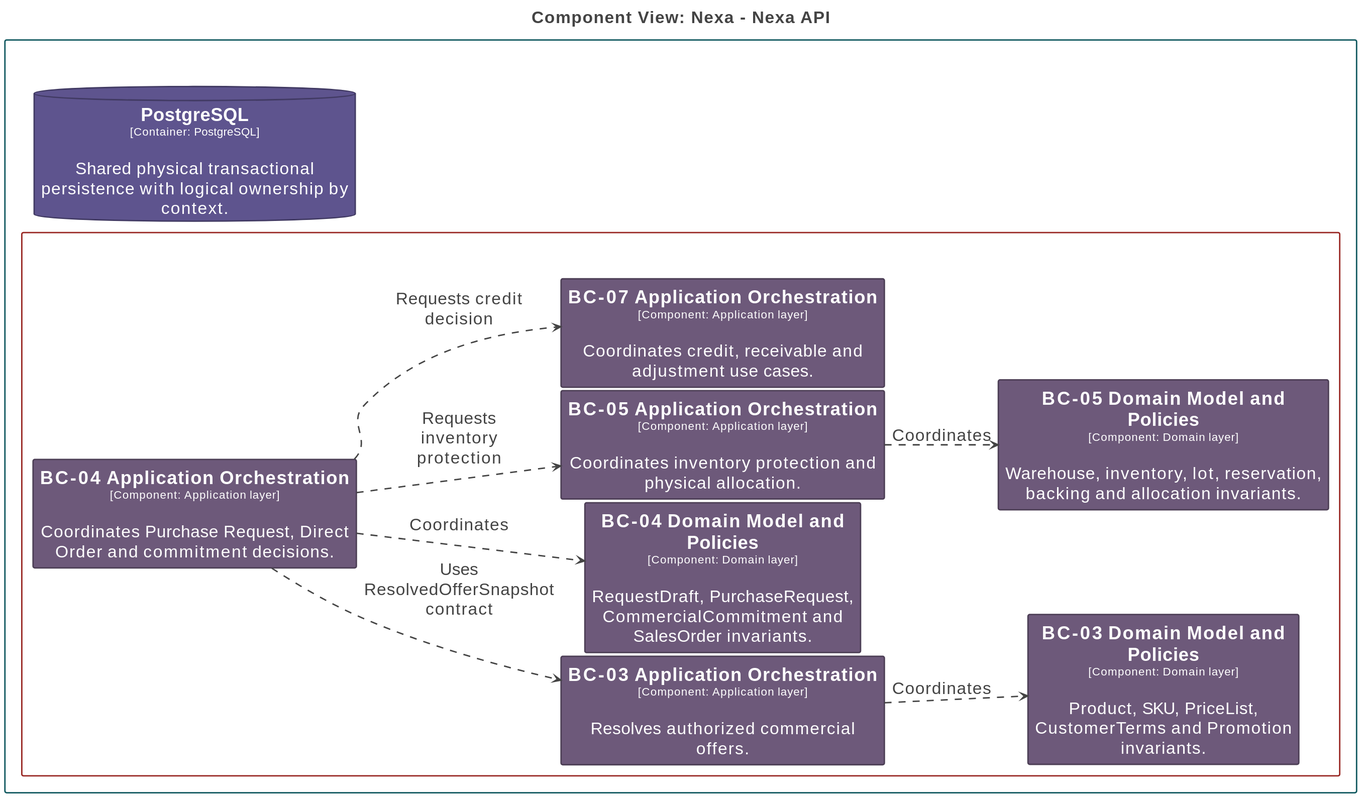
The PlantUML diagram report/assets/chapter-2/c4/Nexa-API-CommercialInventory.svg in nexa-suite/mobile-report, before a commit. The source it was exported from:
```plantuml
@startuml
title <size:24>Component View: Nexa - Nexa API</size>

set separator none
left to right direction
skinparam ranksep 20
skinparam nodesep 5
hide stereotype

<style>
  root {
    BackgroundColor: #ffffff;
    FontColor: #444444;
  }
  // Element,Component
  .Element-RWxlbWVudCxDb21wb25lbnQ= {
    BackgroundColor: #6d597a;
    LineColor: #4c3e55;
    LineStyle: 0;
    LineThickness: 2;
    FontColor: #ffffff;
    FontSize: 24;
    HorizontalAlignment: center;
    Shadowing: 0;
    MaximumWidth: 450;
  }
  // Element,Container,Database
  .Element-RWxlbWVudCxDb250YWluZXIsRGF0YWJhc2U= {
    BackgroundColor: #5e548e;
    LineColor: #413a63;
    LineStyle: 0;
    LineThickness: 2;
    FontColor: #ffffff;
    FontSize: 24;
    HorizontalAlignment: center;
    Shadowing: 0;
    MaximumWidth: 450;
  }
  // Relationship
  .Relationship-UmVsYXRpb25zaGlw {
    LineThickness: 2;
    LineStyle: 10-10;
    LineColor: #444444;
    FontColor: #444444;
    FontSize: 24;
    MaximumWidth: 200;
  }
  // Nexa
  .Boundary-TmV4YQ== {
    BackgroundColor: #ffffff;
    LineColor: #10585f;
    LineStyle: 0;
    LineThickness: 2;
    FontColor: #ffffff;
    FontSize: 24;
    HorizontalAlignment: center;
    Shadowing: 0;
  }
  // Nexa API
  .Boundary-TmV4YSBBUEk= {
    BackgroundColor: #ffffff;
    LineColor: #992824;
    LineStyle: 0;
    LineThickness: 2;
    FontColor: #ffffff;
    FontSize: 24;
    HorizontalAlignment: center;
    Shadowing: 0;
  }
</style>

rectangle "Nexa\n<size:16>[Software System]</size>" <<Boundary-TmV4YQ==>> {
  rectangle "Nexa API\n<size:16>[Container: Java 25 / Spring Boot 4.1 / Spring Modulith]</size>" <<Boundary-TmV4YSBBUEk=>> {
    rectangle "==BC-03 Application Orchestration\n<size:16>[Component: Application layer]</size>\n\nResolves authorized commercial offers." <<Element-RWxlbWVudCxDb21wb25lbnQ=>> as Nexa.NexaAPI.BC03ApplicationOrchestration
    rectangle "==BC-03 Domain Model and Policies\n<size:16>[Component: Domain layer]</size>\n\nProduct, SKU, PriceList, CustomerTerms and Promotion invariants." <<Element-RWxlbWVudCxDb21wb25lbnQ=>> as Nexa.NexaAPI.BC03DomainModelandPolicies
    rectangle "==BC-04 Application Orchestration\n<size:16>[Component: Application layer]</size>\n\nCoordinates Purchase Request, Direct Order and commitment decisions." <<Element-RWxlbWVudCxDb21wb25lbnQ=>> as Nexa.NexaAPI.BC04ApplicationOrchestration
    rectangle "==BC-04 Domain Model and Policies\n<size:16>[Component: Domain layer]</size>\n\nRequestDraft, PurchaseRequest, CommercialCommitment and SalesOrder invariants." <<Element-RWxlbWVudCxDb21wb25lbnQ=>> as Nexa.NexaAPI.BC04DomainModelandPolicies
    rectangle "==BC-05 Application Orchestration\n<size:16>[Component: Application layer]</size>\n\nCoordinates inventory protection and physical allocation." <<Element-RWxlbWVudCxDb21wb25lbnQ=>> as Nexa.NexaAPI.BC05ApplicationOrchestration
    rectangle "==BC-05 Domain Model and Policies\n<size:16>[Component: Domain layer]</size>\n\nWarehouse, inventory, lot, reservation, backing and allocation invariants." <<Element-RWxlbWVudCxDb21wb25lbnQ=>> as Nexa.NexaAPI.BC05DomainModelandPolicies
    rectangle "==BC-07 Application Orchestration\n<size:16>[Component: Application layer]</size>\n\nCoordinates credit, receivable and adjustment use cases." <<Element-RWxlbWVudCxDb21wb25lbnQ=>> as Nexa.NexaAPI.BC07ApplicationOrchestration
  }

  database "==PostgreSQL\n<size:16>[Container: PostgreSQL]</size>\n\nShared physical transactional persistence with logical ownership by context." <<Element-RWxlbWVudCxDb250YWluZXIsRGF0YWJhc2U=>> as Nexa.PostgreSQL
}

Nexa.NexaAPI.BC05ApplicationOrchestration --> Nexa.NexaAPI.BC05DomainModelandPolicies <<Relationship-UmVsYXRpb25zaGlw>> : "Coordinates"
Nexa.NexaAPI.BC03ApplicationOrchestration --> Nexa.NexaAPI.BC03DomainModelandPolicies <<Relationship-UmVsYXRpb25zaGlw>> : "Coordinates"
Nexa.NexaAPI.BC04ApplicationOrchestration --> Nexa.NexaAPI.BC04DomainModelandPolicies <<Relationship-UmVsYXRpb25zaGlw>> : "Coordinates"
Nexa.NexaAPI.BC04ApplicationOrchestration --> Nexa.NexaAPI.BC03ApplicationOrchestration <<Relationship-UmVsYXRpb25zaGlw>> : "Uses ResolvedOfferSnapshot contract"
Nexa.NexaAPI.BC04ApplicationOrchestration --> Nexa.NexaAPI.BC05ApplicationOrchestration <<Relationship-UmVsYXRpb25zaGlw>> : "Requests inventory protection"
Nexa.NexaAPI.BC04ApplicationOrchestration --> Nexa.NexaAPI.BC07ApplicationOrchestration <<Relationship-UmVsYXRpb25zaGlw>> : "Requests credit decision"
@enduml
```
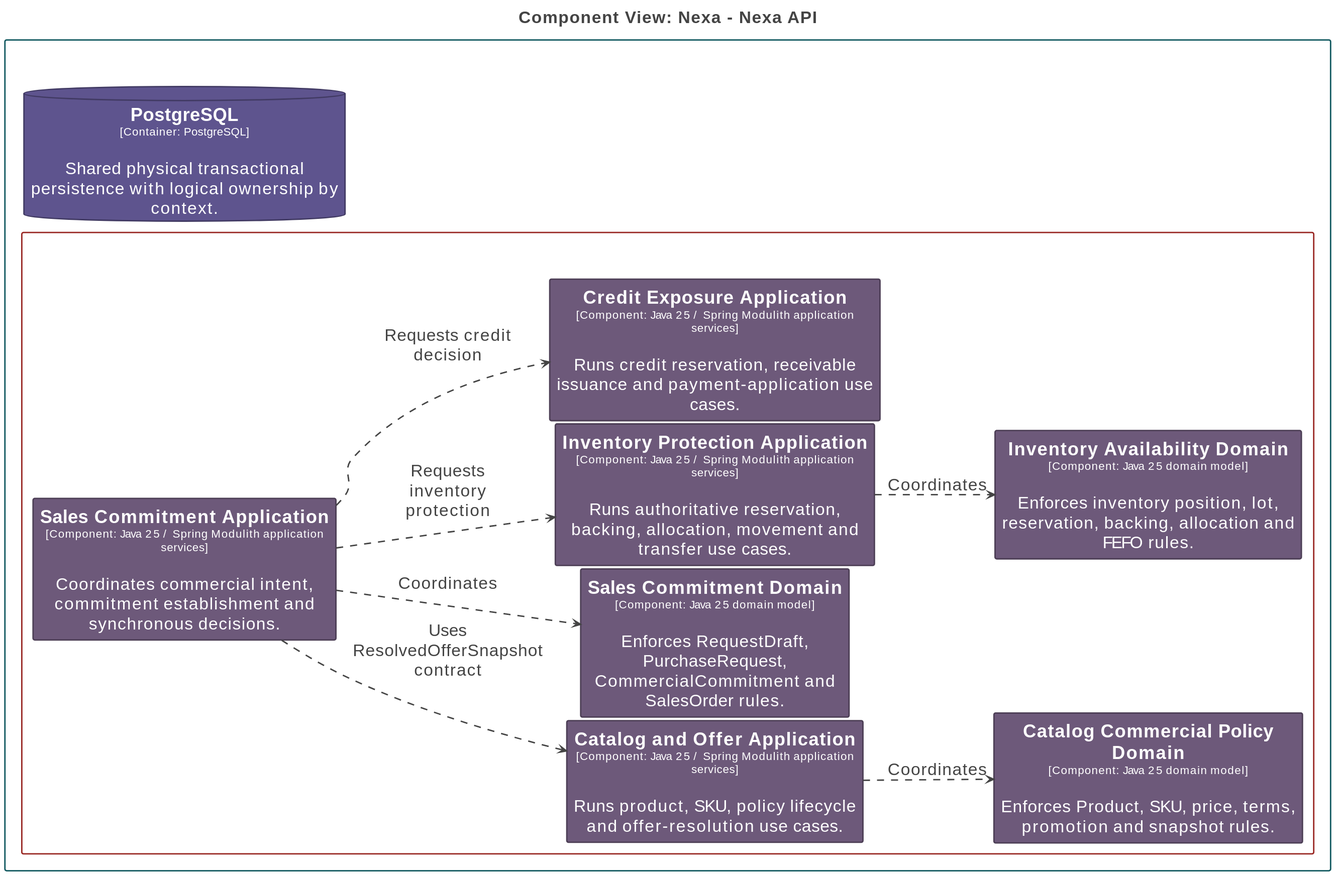
After the commit.

What changed in the source:
```diff
@@ -71,22 +71,22 @@
 
 rectangle "Nexa\n<size:16>[Software System]</size>" <<Boundary-TmV4YQ==>> {
   rectangle "Nexa API\n<size:16>[Container: Java 25 / Spring Boot 4.1 / Spring Modulith]</size>" <<Boundary-TmV4YSBBUEk=>> {
-    rectangle "==BC-03 Application Orchestration\n<size:16>[Component: Application layer]</size>\n\nResolves authorized commercial offers." <<Element-RWxlbWVudCxDb21wb25lbnQ=>> as Nexa.NexaAPI.BC03ApplicationOrchestration
-    rectangle "==BC-03 Domain Model and Policies\n<size:16>[Component: Domain layer]</size>\n\nProduct, SKU, PriceList, CustomerTerms and Promotion invariants." <<Element-RWxlbWVudCxDb21wb25lbnQ=>> as Nexa.NexaAPI.BC03DomainModelandPolicies
-    rectangle "==BC-04 Application Orchestration\n<size:16>[Component: Application layer]</size>\n\nCoordinates Purchase Request, Direct Order and commitment decisions." <<Element-RWxlbWVudCxDb21wb25lbnQ=>> as Nexa.NexaAPI.BC04ApplicationOrchestration
-    rectangle "==BC-04 Domain Model and Policies\n<size:16>[Component: Domain layer]</size>\n\nRequestDraft, PurchaseRequest, CommercialCommitment and SalesOrder invariants." <<Element-RWxlbWVudCxDb21wb25lbnQ=>> as Nexa.NexaAPI.BC04DomainModelandPolicies
-    rectangle "==BC-05 Application Orchestration\n<size:16>[Component: Application layer]</size>\n\nCoordinates inventory protection and physical allocation." <<Element-RWxlbWVudCxDb21wb25lbnQ=>> as Nexa.NexaAPI.BC05ApplicationOrchestration
-    rectangle "==BC-05 Domain Model and Policies\n<size:16>[Component: Domain layer]</size>\n\nWarehouse, inventory, lot, reservation, backing and allocation invariants." <<Element-RWxlbWVudCxDb21wb25lbnQ=>> as Nexa.NexaAPI.BC05DomainModelandPolicies
-    rectangle "==BC-07 Application Orchestration\n<size:16>[Component: Application layer]</size>\n\nCoordinates credit, receivable and adjustment use cases." <<Element-RWxlbWVudCxDb21wb25lbnQ=>> as Nexa.NexaAPI.BC07ApplicationOrchestration
+    rectangle "==Catalog and Offer Application\n<size:16>[Component: Java 25 / Spring Modulith application services]</size>\n\nRuns product, SKU, policy lifecycle and offer-resolution use cases." <<Element-RWxlbWVudCxDb21wb25lbnQ=>> as Nexa.NexaAPI.CatalogandOfferApplication
+    rectangle "==Catalog Commercial Policy Domain\n<size:16>[Component: Java 25 domain model]</size>\n\nEnforces Product, SKU, price, terms, promotion and snapshot rules." <<Element-RWxlbWVudCxDb21wb25lbnQ=>> as Nexa.NexaAPI.CatalogCommercialPolicyDomain
+    rectangle "==Sales Commitment Application\n<size:16>[Component: Java 25 / Spring Modulith application services]</size>\n\nCoordinates commercial intent, commitment establishment and synchronous decisions." <<Element-RWxlbWVudCxDb21wb25lbnQ=>> as Nexa.NexaAPI.SalesCommitmentApplication
+    rectangle "==Sales Commitment Domain\n<size:16>[Component: Java 25 domain model]</size>\n\nEnforces RequestDraft, PurchaseRequest, CommercialCommitment and SalesOrder rules." <<Element-RWxlbWVudCxDb21wb25lbnQ=>> as Nexa.NexaAPI.SalesCommitmentDomain
+    rectangle "==Inventory Protection Application\n<size:16>[Component: Java 25 / Spring Modulith application services]</size>\n\nRuns authoritative reservation, backing, allocation, movement and transfer use cases." <<Element-RWxlbWVudCxDb21wb25lbnQ=>> as Nexa.NexaAPI.InventoryProtectionApplication
+    rectangle "==Inventory Availability Domain\n<size:16>[Component: Java 25 domain model]</size>\n\nEnforces inventory position, lot, reservation, backing, allocation and FEFO rules." <<Element-RWxlbWVudCxDb21wb25lbnQ=>> as Nexa.NexaAPI.InventoryAvailabilityDomain
+    rectangle "==Credit Exposure Application\n<size:16>[Component: Java 25 / Spring Modulith application services]</size>\n\nRuns credit reservation, receivable issuance and payment-application use cases." <<Element-RWxlbWVudCxDb21wb25lbnQ=>> as Nexa.NexaAPI.CreditExposureApplication
   }
 
   database "==PostgreSQL\n<size:16>[Container: PostgreSQL]</size>\n\nShared physical transactional persistence with logical ownership by context." <<Element-RWxlbWVudCxDb250YWluZXIsRGF0YWJhc2U=>> as Nexa.PostgreSQL
 }
 
-Nexa.NexaAPI.BC05ApplicationOrchestration --> Nexa.NexaAPI.BC05DomainModelandPolicies <<Relationship-UmVsYXRpb25zaGlw>> : "Coordinates"
-Nexa.NexaAPI.BC03ApplicationOrchestration --> Nexa.NexaAPI.BC03DomainModelandPolicies <<Relationship-UmVsYXRpb25zaGlw>> : "Coordinates"
-Nexa.NexaAPI.BC04ApplicationOrchestration --> Nexa.NexaAPI.BC04DomainModelandPolicies <<Relationship-UmVsYXRpb25zaGlw>> : "Coordinates"
-Nexa.NexaAPI.BC04ApplicationOrchestration --> Nexa.NexaAPI.BC03ApplicationOrchestration <<Relationship-UmVsYXRpb25zaGlw>> : "Uses ResolvedOfferSnapshot contract"
-Nexa.NexaAPI.BC04ApplicationOrchestration --> Nexa.NexaAPI.BC05ApplicationOrchestration <<Relationship-UmVsYXRpb25zaGlw>> : "Requests inventory protection"
-Nexa.NexaAPI.BC04ApplicationOrchestration --> Nexa.NexaAPI.BC07ApplicationOrchestration <<Relationship-UmVsYXRpb25zaGlw>> : "Requests credit decision"
+Nexa.NexaAPI.SalesCommitmentApplication --> Nexa.NexaAPI.SalesCommitmentDomain <<Relationship-UmVsYXRpb25zaGlw>> : "Coordinates"
+Nexa.NexaAPI.SalesCommitmentApplication --> Nexa.NexaAPI.CatalogandOfferApplication <<Relationship-UmVsYXRpb25zaGlw>> : "Uses ResolvedOfferSnapshot contract"
+Nexa.NexaAPI.SalesCommitmentApplication --> Nexa.NexaAPI.InventoryProtectionApplication <<Relationship-UmVsYXRpb25zaGlw>> : "Requests inventory protection"
+Nexa.NexaAPI.SalesCommitmentApplication --> Nexa.NexaAPI.CreditExposureApplication <<Relationship-UmVsYXRpb25zaGlw>> : "Requests credit decision"
+Nexa.NexaAPI.InventoryProtectionApplication --> Nexa.NexaAPI.InventoryAvailabilityDomain <<Relationship-UmVsYXRpb25zaGlw>> : "Coordinates"
+Nexa.NexaAPI.CatalogandOfferApplication --> Nexa.NexaAPI.CatalogCommercialPolicyDomain <<Relationship-UmVsYXRpb25zaGlw>> : "Coordinates"
 @enduml
```
